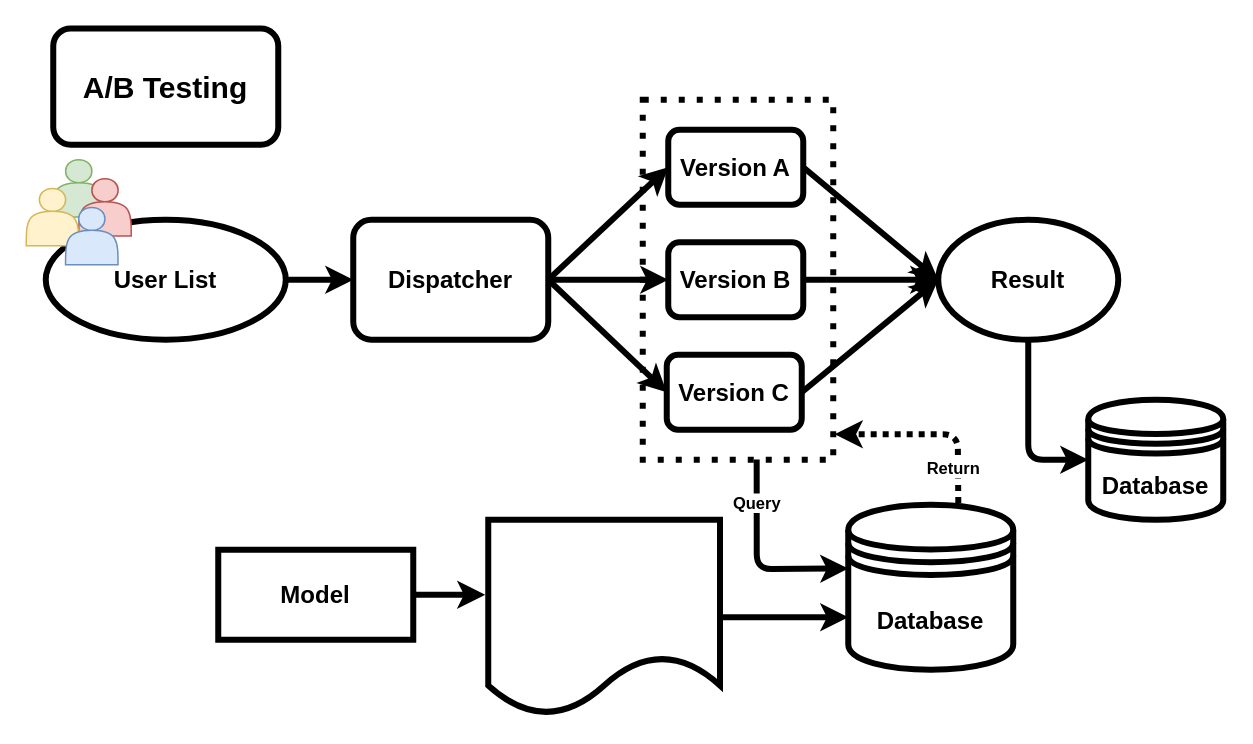
Above: page "versionLatest" (1 of 3) of wf_ab_testing.drawio in udothemath/my_drawio (draw.io), before the change. Source tidied: cells renumbered, new cells numbered last; positions are measured from the earlier drawing's top-left corner, leaving out a move shared by most shapes. Both pictures are drawn from the tidied source at 150%, with x=0, y=0 at pixel (26, 27).
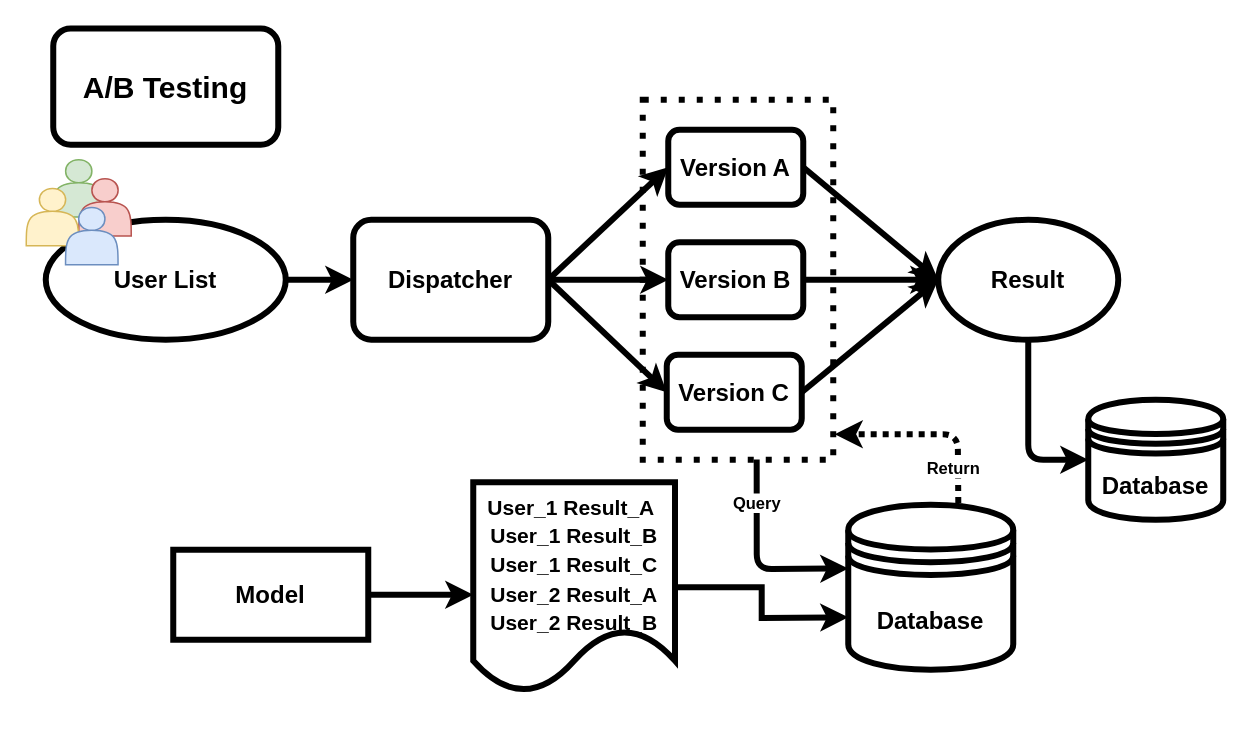
The same page after the edit.

Diff of the diagram source:
```diff
@@
-    <mxCell id="24" value="&lt;div&gt;&lt;br&gt;&lt;/div&gt;&lt;font style=&quot;font-size: 10px&quot;&gt;&lt;span&gt;&lt;br&gt;&lt;/span&gt;&lt;br&gt;&lt;/font&gt;" style="shape=document;whiteSpace=wrap;html=1;boundedLbl=1;strokeWidth=4;fillColor=#FFFFFF;align=center;horizontal=1;verticalAlign=top;labelPosition=center;verticalLabelPosition=middle;" parent="1" vertex="1">
-      <mxGeometry x="308" y="328" width="154.5" height="130" as="geometry" />
+    <mxCell id="24" value="&lt;div&gt;&lt;/div&gt;&lt;font&gt;&lt;font style=&quot;font-size: 14px&quot;&gt;&lt;b&gt;User_1 Result_A&amp;nbsp;&lt;br&gt;User_1 Result_B&lt;br&gt;User_1 Result_C&lt;br&gt;User_2 Result_A&lt;br&gt;User_2 Result_B&lt;br&gt;&lt;/b&gt;&lt;/font&gt;&lt;br&gt;&lt;/font&gt;" style="shape=document;whiteSpace=wrap;html=1;boundedLbl=1;strokeWidth=4;fillColor=#FFFFFF;align=center;horizontal=1;verticalAlign=top;labelPosition=center;verticalLabelPosition=middle;fontSize=16;" parent="1" vertex="1">
+      <mxGeometry x="298" y="303" width="134.5" height="140" as="geometry" />
     </mxCell>
     <mxCell id="25" value="&lt;b&gt;&lt;font style=&quot;font-size: 16px&quot;&gt;Model&lt;/font&gt;&lt;/b&gt;" style="rounded=0;whiteSpace=wrap;html=1;strokeWidth=4;fillColor=#FFFFFF;align=center;" parent="1" vertex="1">
-      <mxGeometry x="128" y="348" width="130" height="60" as="geometry" />
+      <mxGeometry x="98" y="348" width="130" height="60" as="geometry" />
     </mxCell>
-    <mxCell id="26" style="edgeStyle=orthogonalEdgeStyle;rounded=0;jettySize=auto;html=1;strokeWidth=4;exitX=1;exitY=0.5;exitDx=0;exitDy=0;entryX=-0.013;entryY=0.385;entryDx=0;entryDy=0;entryPerimeter=0;" parent="1" edge="1" source="25" target="24">
+    <mxCell id="26" style="edgeStyle=orthogonalEdgeStyle;rounded=0;jettySize=auto;html=1;strokeWidth=4;exitX=1;exitY=0.5;exitDx=0;exitDy=0;" parent="1" edge="1" source="25" target="24">
       <mxGeometry relative="1" as="geometry">
         <Array as="points">
-          <mxPoint x="288" y="378" />
-          <mxPoint x="288" y="378" />
+          <mxPoint x="318" y="378" />
+          <mxPoint x="318" y="378" />
         </Array>
       </mxGeometry>
     </mxCell>
```
